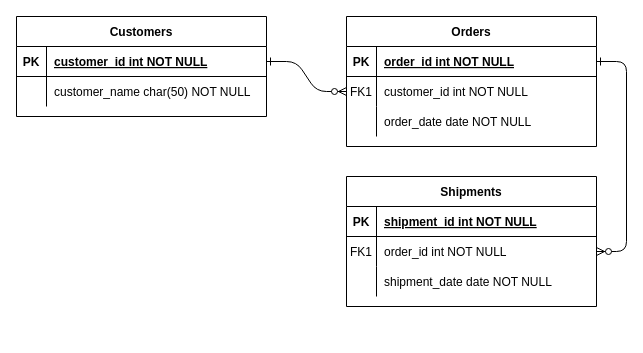
Above: ERM IoT.drawio in EmergenBis/emergenbis-iot-backend (draw.io), before the change. Source tidied: cells renumbered, new cells numbered last; positions are measured from the earlier drawing's top-left corner, leaving out a move shared by most shapes. Both pictures are drawn from the tidied source at 100%, with x=0, y=0 at pixel (16, 16).
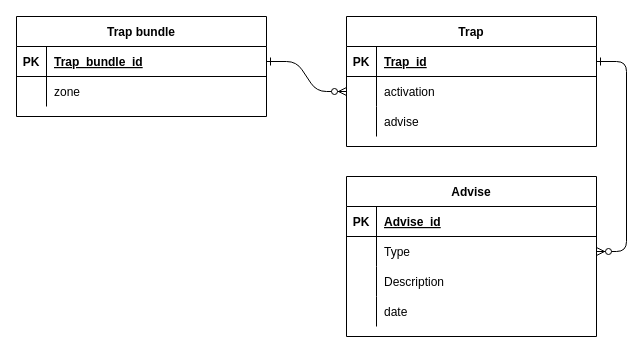
After the change.

Unchanged cells that the change refers to:
```xml
<mxCell id="5" style="shape=partialRectangle;fillColor=none;points=[[0,0.5],[1,0.5]];portConstraint=eastwest;top=0;left=0;right=0;bottom=1;" parent="4" vertex="1">
  <mxGeometry y="30" width="250" height="30" as="geometry" />
</mxCell>
<mxCell id="8" style="shape=partialRectangle;fillColor=none;points=[[0,0.5],[1,0.5]];portConstraint=eastwest;top=0;left=0;right=0;bottom=0;" parent="4" vertex="1">
  <mxGeometry y="60" width="250" height="30" as="geometry" />
</mxCell>
<mxCell id="11" style="shape=partialRectangle;fillColor=none;top=0;left=0;right=0;bottom=0;" parent="4" vertex="1">
  <mxGeometry y="90" width="250" height="30" as="geometry" />
</mxCell>
<mxCell id="15" style="shape=partialRectangle;fillColor=none;top=0;left=0;right=0;bottom=1;" parent="14" vertex="1">
  <mxGeometry y="30" width="250" height="30" as="geometry" />
</mxCell>
<mxCell id="18" style="shape=partialRectangle;fillColor=none;points=[[0,0.5],[1,0.5]];portConstraint=eastwest;top=0;left=0;right=0;bottom=0;" parent="14" vertex="1">
  <mxGeometry y="60" width="250" height="30" as="geometry" />
</mxCell>
<mxCell id="21" style="shape=partialRectangle;fillColor=none;top=0;left=0;right=0;bottom=0;" parent="14" vertex="1">
  <mxGeometry y="90" width="250" height="30" as="geometry" />
</mxCell>
<mxCell id="25" style="shape=partialRectangle;fillColor=none;points=[[0,0.5],[1,0.5]];portConstraint=eastwest;top=0;left=0;right=0;bottom=1;" parent="24" vertex="1">
  <mxGeometry y="30" width="250" height="30" as="geometry" />
</mxCell>
<mxCell id="28" style="shape=partialRectangle;fillColor=none;top=0;left=0;right=0;bottom=0;" parent="24" vertex="1">
  <mxGeometry y="60" width="250" height="30" as="geometry" />
</mxCell>
```

Diff of the diagram source:
```diff
@@
-    <mxCell id="4" value="Orders" style="shape=table;startSize=30;childLayout=tableLayout;rowLines=0;fontStyle=1;align=center;" parent="1" vertex="1">
+    <mxCell id="4" value="Trap" style="shape=table;startSize=30;childLayout=tableLayout;rowLines=0;fontStyle=1;align=center;" parent="1" vertex="1">
       <mxGeometry x="330" width="250" height="130" as="geometry" />
     </mxCell>
@@
-    <mxCell id="7" value="order_id int NOT NULL " style="shape=partialRectangle;overflow=hidden;fillColor=none;top=0;left=0;bottom=0;right=0;align=left;spacingLeft=6;fontStyle=5;" parent="5" vertex="1">
+    <mxCell id="7" value="Trap_id" style="shape=partialRectangle;overflow=hidden;fillColor=none;top=0;left=0;bottom=0;right=0;align=left;spacingLeft=6;fontStyle=5;" parent="5" vertex="1">
       <mxGeometry x="30" width="220" height="30" as="geometry" />
     </mxCell>
@@
-    <mxCell id="9" value="FK1" style="shape=partialRectangle;overflow=hidden;fillColor=none;top=0;left=0;bottom=0;right=0;" parent="8" vertex="1">
+    <mxCell id="9" style="shape=partialRectangle;overflow=hidden;fillColor=none;top=0;left=0;bottom=0;right=0;" parent="8" vertex="1">
       <mxGeometry width="30" height="30" as="geometry" />
     </mxCell>
-    <mxCell id="10" value="customer_id int NOT NULL" style="shape=partialRectangle;overflow=hidden;fillColor=none;top=0;left=0;bottom=0;right=0;align=left;spacingLeft=6;" parent="8" vertex="1">
+    <mxCell id="10" value="activation" style="shape=partialRectangle;overflow=hidden;fillColor=none;top=0;left=0;bottom=0;right=0;align=left;spacingLeft=6;" parent="8" vertex="1">
       <mxGeometry x="30" width="220" height="30" as="geometry" />
     </mxCell>
@@
-    <mxCell id="13" value="order_date date NOT NULL" style="shape=partialRectangle;overflow=hidden;fillColor=none;top=0;left=0;bottom=0;right=0;align=left;spacingLeft=6;" parent="11" vertex="1">
+    <mxCell id="13" value="advise" style="shape=partialRectangle;overflow=hidden;fillColor=none;top=0;left=0;bottom=0;right=0;align=left;spacingLeft=6;" parent="11" vertex="1">
       <mxGeometry x="30" width="220" height="30" as="geometry" />
     </mxCell>
-    <mxCell id="14" value="Shipments" style="shape=table;startSize=30;childLayout=tableLayout;rowLines=0;fontStyle=1;align=center;" parent="1" vertex="1">
-      <mxGeometry x="330" y="160" width="250" height="130" as="geometry" />
+    <mxCell id="14" value="Advise" style="shape=table;startSize=30;childLayout=tableLayout;rowLines=0;fontStyle=1;align=center;" parent="1" vertex="1">
+      <mxGeometry x="330" y="160" width="250" height="160" as="geometry" />
     </mxCell>
@@
-    <mxCell id="17" value="shipment_id int NOT NULL " style="shape=partialRectangle;overflow=hidden;fillColor=none;top=0;left=0;bottom=0;right=0;align=left;spacingLeft=6;fontStyle=5;" parent="15" vertex="1">
+    <mxCell id="17" value="Advise_id" style="shape=partialRectangle;overflow=hidden;fillColor=none;top=0;left=0;bottom=0;right=0;align=left;spacingLeft=6;fontStyle=5;" parent="15" vertex="1">
       <mxGeometry x="30" width="220" height="30" as="geometry" />
     </mxCell>
@@
-    <mxCell id="19" value="FK1" style="shape=partialRectangle;overflow=hidden;fillColor=none;top=0;left=0;bottom=0;right=0;" parent="18" vertex="1">
+    <mxCell id="19" style="shape=partialRectangle;overflow=hidden;fillColor=none;top=0;left=0;bottom=0;right=0;" parent="18" vertex="1">
       <mxGeometry width="30" height="30" as="geometry" />
     </mxCell>
-    <mxCell id="20" value="order_id int NOT NULL" style="shape=partialRectangle;overflow=hidden;fillColor=none;top=0;left=0;bottom=0;right=0;align=left;spacingLeft=6;" parent="18" vertex="1">
+    <mxCell id="20" value="Type" style="shape=partialRectangle;overflow=hidden;fillColor=none;top=0;left=0;bottom=0;right=0;align=left;spacingLeft=6;" parent="18" vertex="1">
       <mxGeometry x="30" width="220" height="30" as="geometry" />
     </mxCell>
@@
-    <mxCell id="23" value="shipment_date date NOT NULL" style="shape=partialRectangle;overflow=hidden;fillColor=none;top=0;left=0;bottom=0;right=0;align=left;spacingLeft=6;" parent="21" vertex="1">
+    <mxCell id="23" value="Description" style="shape=partialRectangle;overflow=hidden;fillColor=none;top=0;left=0;bottom=0;right=0;align=left;spacingLeft=6;" parent="21" vertex="1">
       <mxGeometry x="30" width="220" height="30" as="geometry" />
     </mxCell>
+    <mxCell id="31" style="shape=partialRectangle;fillColor=none;top=0;left=0;right=0;bottom=0;" parent="14" vertex="1">
+      <mxGeometry y="120" width="250" height="30" as="geometry" />
+    </mxCell>
+    <mxCell id="32" style="shape=partialRectangle;overflow=hidden;fillColor=none;top=0;left=0;bottom=0;right=0;" parent="31" vertex="1">
+      <mxGeometry width="30" height="30" as="geometry" />
+    </mxCell>
+    <mxCell id="33" value="date" style="shape=partialRectangle;overflow=hidden;fillColor=none;top=0;left=0;bottom=0;right=0;align=left;spacingLeft=6;" parent="31" vertex="1">
+      <mxGeometry x="30" width="220" height="30" as="geometry" />
+    </mxCell>
-    <mxCell id="24" value="Customers" style="shape=table;startSize=30;childLayout=tableLayout;rowLines=0;fontStyle=1;align=center;" parent="1" vertex="1">
+    <mxCell id="24" value="Trap bundle" style="shape=table;startSize=30;childLayout=tableLayout;rowLines=0;fontStyle=1;align=center;" parent="1" vertex="1">
       <mxGeometry width="250" height="100" as="geometry" />
     </mxCell>
@@
-    <mxCell id="27" value="customer_id int NOT NULL " style="shape=partialRectangle;overflow=hidden;fillColor=none;top=0;left=0;bottom=0;right=0;align=left;spacingLeft=6;fontStyle=5;" parent="25" vertex="1">
+    <mxCell id="27" value="Trap_bundle_id" style="shape=partialRectangle;overflow=hidden;fillColor=none;top=0;left=0;bottom=0;right=0;align=left;spacingLeft=6;fontStyle=5;" parent="25" vertex="1">
       <mxGeometry x="30" width="220" height="30" as="geometry" />
     </mxCell>
@@
-    <mxCell id="30" value="customer_name char(50) NOT NULL" style="shape=partialRectangle;overflow=hidden;fillColor=none;top=0;left=0;bottom=0;right=0;align=left;spacingLeft=6;" parent="28" vertex="1">
+    <mxCell id="30" value="zone" style="shape=partialRectangle;overflow=hidden;fillColor=none;top=0;left=0;bottom=0;right=0;align=left;spacingLeft=6;" parent="28" vertex="1">
       <mxGeometry x="30" width="220" height="30" as="geometry" />
     </mxCell>
```
